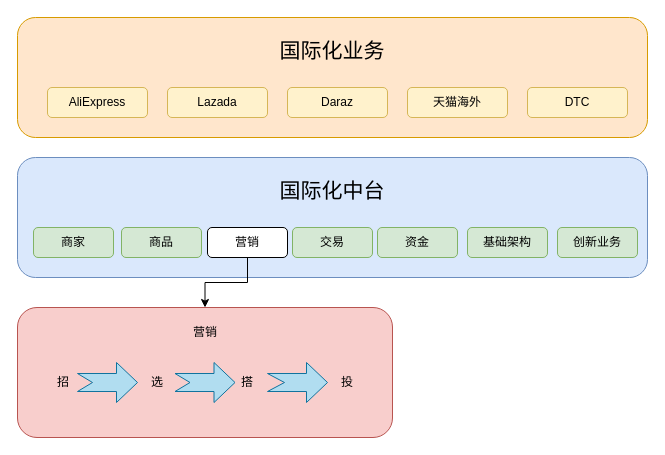
This is 未命名绘图.drawio from wangyingjun/project, a draw.io file, before an edit. Source tidied: cells renumbered, new cells numbered last; positions are measured from the earlier drawing's top-left corner, leaving out a move shared by most shapes. Both pictures are drawn from the tidied source at 100%, with x=0, y=0 at pixel (17, 17).
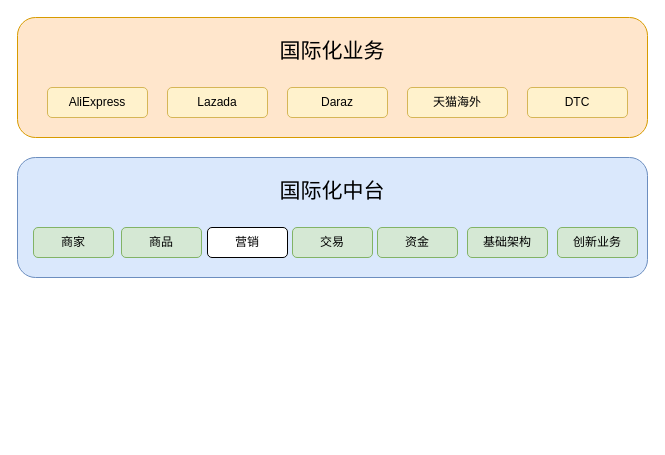
The same diagram, later.

Commit message:
更新未命名绘图.drawio

The change refers to these unchanged cells:
```xml
<mxCell id="15" value="&lt;div class=&quot;lake-content&quot;&gt;&lt;div class=&quot;lake-content&quot;&gt;&lt;span&gt;营销&lt;/span&gt;&lt;br&gt;&lt;/div&gt;&lt;/div&gt;" style="rounded=1;whiteSpace=wrap;html=1;align=center;" parent="10" vertex="1">
  <mxGeometry x="190" y="70" width="80" height="30" as="geometry" />
</mxCell>
```

The edit, as a diff of the source:
```diff
@@
-    <mxCell id="20" style="whiteSpace=wrap;html=1;rounded=1;fillColor=#f8cecc;strokeColor=#b85450;" parent="1" vertex="1">
-      <mxGeometry y="290" width="375" height="130" as="geometry" />
-    </mxCell>
-    <mxCell id="21" style="edgeStyle=orthogonalEdgeStyle;rounded=0;jettySize=auto;html=1;" parent="1" edge="1" source="15" target="20">
-      <mxGeometry relative="1" as="geometry" />
-    </mxCell>
-    <mxCell id="22" value="营销" style="text;html=1;strokeColor=none;fillColor=none;align=center;verticalAlign=middle;whiteSpace=wrap;rounded=0;" parent="1" vertex="1">
-      <mxGeometry x="157.5" y="300" width="60" height="30" as="geometry" />
-    </mxCell>
-    <mxCell id="23" value="招" style="text;html=1;strokeColor=none;fillColor=none;align=center;verticalAlign=middle;whiteSpace=wrap;rounded=0;" parent="1" vertex="1">
-      <mxGeometry x="16" y="350" width="60" height="30" as="geometry" />
-    </mxCell>
-    <mxCell id="24" value="选" style="text;html=1;strokeColor=none;fillColor=none;align=center;verticalAlign=middle;whiteSpace=wrap;rounded=0;" parent="1" vertex="1">
-      <mxGeometry x="110" y="350" width="60" height="30" as="geometry" />
-    </mxCell>
-    <mxCell id="25" value="搭" style="text;html=1;strokeColor=none;fillColor=none;align=center;verticalAlign=middle;whiteSpace=wrap;rounded=0;" parent="1" vertex="1">
-      <mxGeometry x="200" y="350" width="60" height="30" as="geometry" />
-    </mxCell>
-    <mxCell id="26" value="投" style="text;html=1;strokeColor=none;fillColor=none;align=center;verticalAlign=middle;whiteSpace=wrap;rounded=0;" parent="1" vertex="1">
-      <mxGeometry x="300" y="350" width="60" height="30" as="geometry" />
-    </mxCell>
-    <mxCell id="27" style="html=1;shadow=0;dashed=0;align=center;verticalAlign=middle;shape=mxgraph.arrows2.arrow;dy=0.55;dx=21;notch=15;fillColor=#b1ddf0;strokeColor=#10739e;" parent="1" vertex="1">
-      <mxGeometry x="60" y="345" width="60" height="40" as="geometry" />
-    </mxCell>
-    <mxCell id="28" style="html=1;shadow=0;dashed=0;align=center;verticalAlign=middle;shape=mxgraph.arrows2.arrow;dy=0.55;dx=21;notch=15;fillColor=#b1ddf0;strokeColor=#10739e;" parent="1" vertex="1">
-      <mxGeometry x="157.5" y="345" width="60" height="40" as="geometry" />
-    </mxCell>
-    <mxCell id="29" style="html=1;shadow=0;dashed=0;align=center;verticalAlign=middle;shape=mxgraph.arrows2.arrow;dy=0.55;dx=21;notch=17;fillColor=#b1ddf0;strokeColor=#10739e;" parent="1" vertex="1">
-      <mxGeometry x="250" y="345" width="60" height="40" as="geometry" />
-    </mxCell>
```
